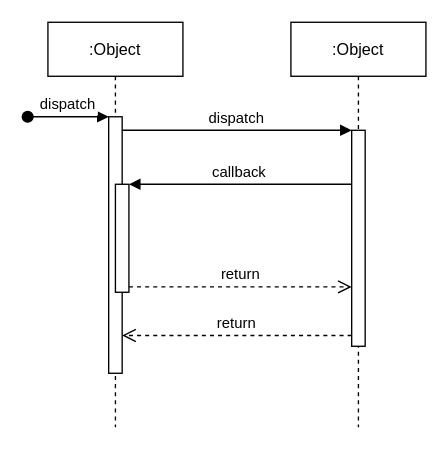
Earlier version of the draw.io diagram Untitled Diagram.drawio (nickfyson/tiny_testing). Source tidied: cells renumbered, new cells numbered last; positions are measured from the earlier drawing's top-left corner, leaving out a move shared by most shapes. Both pictures are drawn from the tidied source at 135%, with x=0, y=0 at pixel (27, 22).
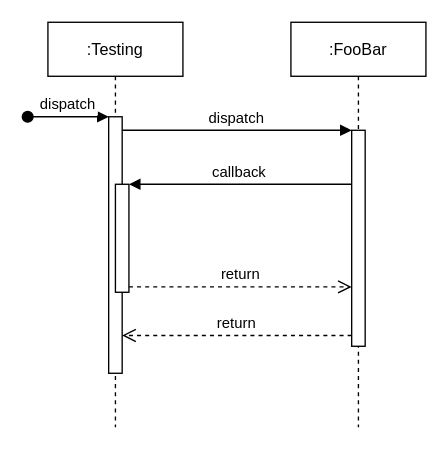
Above is the later version.

Diff of the diagram source:
```diff
@@
 <mxGraphModel>
   <root>
     <mxCell id="0" />
     <mxCell id="1" parent="0" />
-    <mxCell id="2" value=":Object" style="shape=umlLifeline;perimeter=lifelinePerimeter;rounded=0;shadow=0;strokeWidth=1;" parent="1" vertex="1">
+    <mxCell id="2" value=":Testing" style="shape=umlLifeline;perimeter=lifelinePerimeter;rounded=0;shadow=0;strokeWidth=1;" parent="1" vertex="1">
       <mxGeometry x="15" width="100" height="300" as="geometry" />
     </mxCell>
     <mxCell id="3" style="points=[];perimeter=orthogonalPerimeter;rounded=0;shadow=0;strokeWidth=1;" parent="2" vertex="1">
       <mxGeometry x="45" y="70" width="10" height="190" as="geometry" />
     </mxCell>
     <mxCell id="4" value="dispatch" style="verticalAlign=bottom;startArrow=oval;endArrow=block;startSize=8;shadow=0;strokeWidth=1;" parent="2" edge="1" target="3">
       <mxGeometry relative="1" as="geometry">
         <mxPoint x="-15" y="70" as="sourcePoint" />
       </mxGeometry>
     </mxCell>
     <mxCell id="5" style="points=[];perimeter=orthogonalPerimeter;rounded=0;shadow=0;strokeWidth=1;" parent="2" vertex="1">
       <mxGeometry x="50" y="120" width="10" height="80" as="geometry" />
     </mxCell>
-    <mxCell id="6" value=":Object" style="shape=umlLifeline;perimeter=lifelinePerimeter;rounded=0;shadow=0;strokeWidth=1;" parent="1" vertex="1">
+    <mxCell id="6" value=":FooBar" style="shape=umlLifeline;perimeter=lifelinePerimeter;rounded=0;shadow=0;strokeWidth=1;" parent="1" vertex="1">
       <mxGeometry x="195" width="100" height="300" as="geometry" />
     </mxCell>
     <mxCell id="7" style="points=[];perimeter=orthogonalPerimeter;rounded=0;shadow=0;strokeWidth=1;" parent="6" vertex="1">
       <mxGeometry x="45" y="80" width="10" height="160" as="geometry" />
     </mxCell>
     <mxCell id="8" value="return" style="verticalAlign=bottom;endArrow=open;dashed=1;endSize=8;exitX=0;exitY=0.95;shadow=0;strokeWidth=1;" parent="1" edge="1" source="7" target="3">
       <mxGeometry relative="1" as="geometry" />
     </mxCell>
     <mxCell id="9" value="dispatch" style="verticalAlign=bottom;endArrow=block;entryX=0;entryY=0;shadow=0;strokeWidth=1;" parent="1" edge="1" source="3" target="7">
       <mxGeometry relative="1" as="geometry" />
     </mxCell>
     <mxCell id="10" value="callback" style="verticalAlign=bottom;endArrow=block;entryX=1;entryY=0;shadow=0;strokeWidth=1;" parent="1" edge="1" source="7" target="5">
       <mxGeometry relative="1" as="geometry" />
     </mxCell>
     <mxCell id="11" value="return" style="verticalAlign=bottom;endArrow=open;dashed=1;endSize=8;exitX=1;exitY=0.95;shadow=0;strokeWidth=1;" parent="1" edge="1" source="5" target="7">
       <mxGeometry relative="1" as="geometry" />
     </mxCell>
   </root>
 </mxGraphModel>
```
